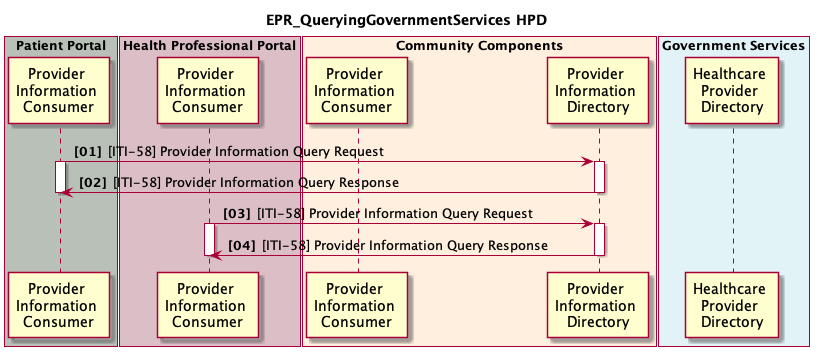
Before: 1_02_EPR_QueryingGovernmentServicesHPD.plantuml.png, a diagram exported from PlantUML (ahdis/ch-epr-seqdiag).
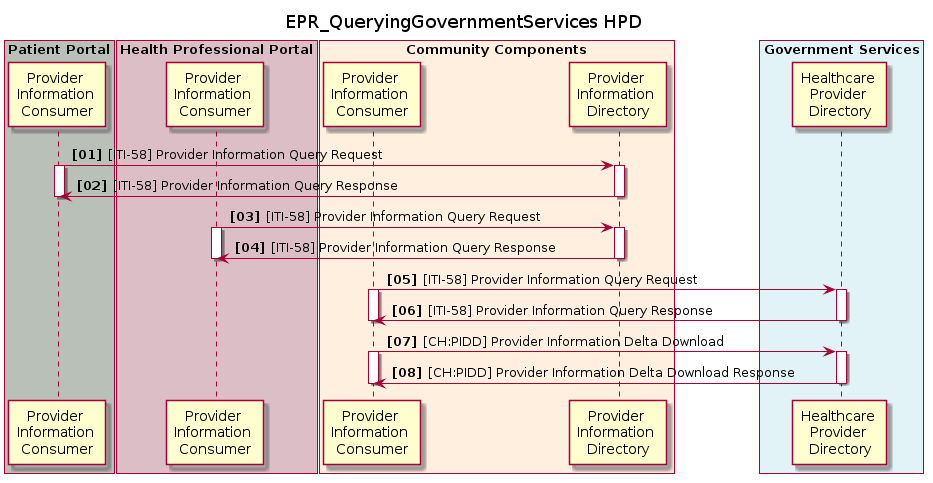
After the commit.

Commit message:
1_02_EPR_QueryingGovernmentServicesHPD : add transactions to the government service

Diff of the diagram source:
```diff
@@ -35,6 +35,18 @@
 deactivate cc_hpd_provider_info_directory
 deactivate ps_hpd_provider_info_consumer
 
+cc_hpd_provider_info_consumer -> gs_hpd : [ITI-58] Provider Information Query Request
+activate cc_hpd_provider_info_consumer
+activate gs_hpd
+cc_hpd_provider_info_consumer <- gs_hpd : [ITI-58] Provider Information Query Response
+deactivate gs_hpd
+deactivate cc_hpd_provider_info_consumer
 
+cc_hpd_provider_info_consumer -> gs_hpd : [CH:PIDD] Provider Information Delta Download
+activate cc_hpd_provider_info_consumer
+activate gs_hpd
+cc_hpd_provider_info_consumer <- gs_hpd : [CH:PIDD] Provider Information Delta Download Response
+deactivate gs_hpd
+deactivate cc_hpd_provider_info_consumer
 
 @enduml
```
